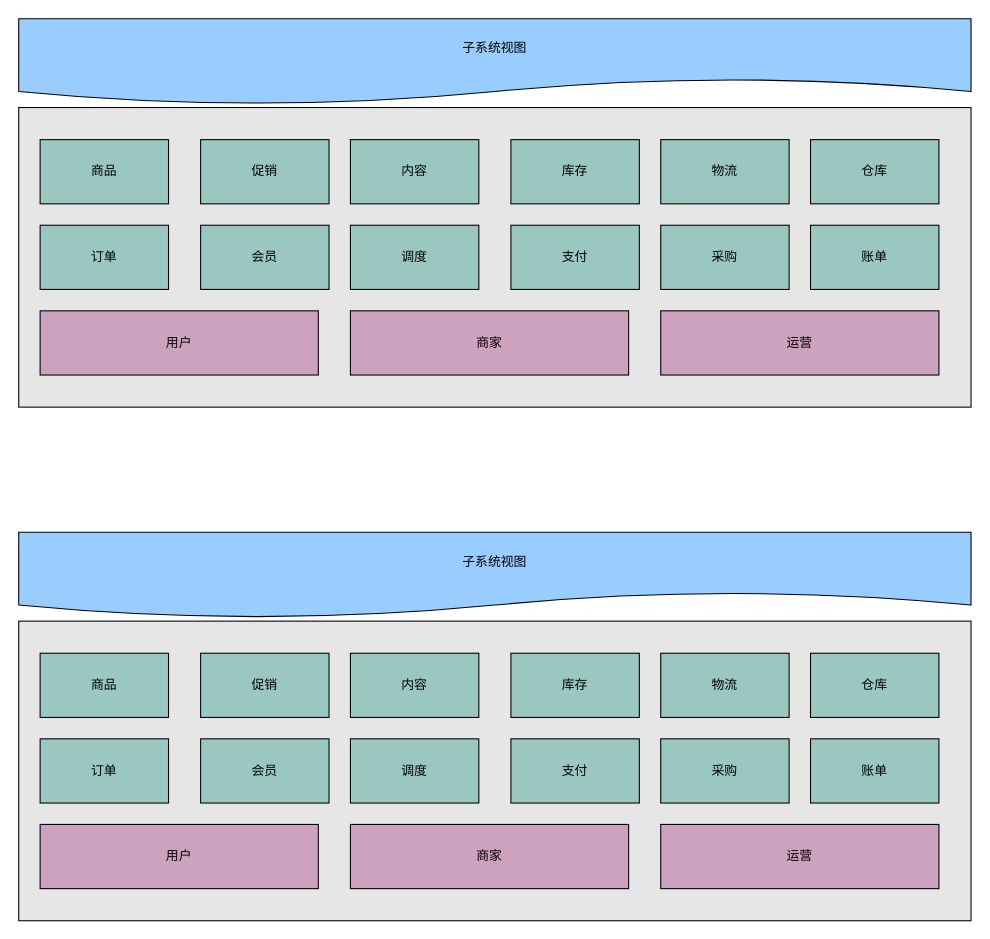
Before: page "overview" (1 of 4) of diagram/dragon.drawio in ab-doc/draw.io, a draw.io diagram. Source tidied: cells renumbered, new cells numbered last; positions are measured from the earlier drawing's top-left corner, leaving out a move shared by most shapes. Both pictures are drawn from the tidied source at 107%, with x=0, y=0 at pixel (18, 18).
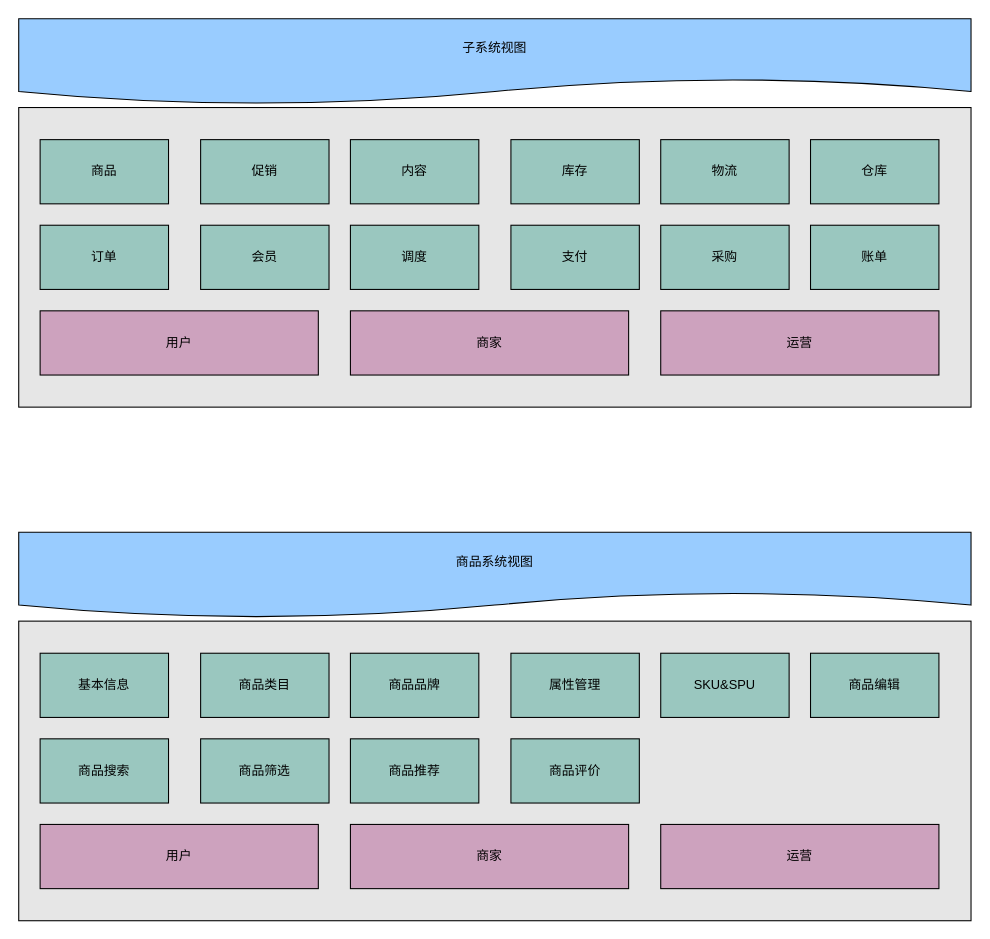
The same page after the edit.

Diff of the diagram source:
```diff
@@
-    <mxCell id="22" style="group;" parent="1" vertex="1">
-      <mxGeometry y="480" width="890" height="363" as="geometry" />
-    </mxCell>
-    <mxCell id="23" style="group;" parent="22" vertex="1">
-      <mxGeometry width="890" height="363" as="geometry" />
-    </mxCell>
-    <mxCell id="24" style="group;" parent="23" vertex="1">
-      <mxGeometry y="83" width="890" height="280" as="geometry" />
-    </mxCell>
+    <mxCell id="41" value="商品系统视图" style="shape=document;whiteSpace=wrap;html=1;boundedLbl=1;rounded=0;fillColor=#99CCFF;" parent="1" vertex="1">
+      <mxGeometry y="480" width="890" height="80" as="geometry" />
+    </mxCell>
-    <mxCell id="25" style="rounded=0;whiteSpace=wrap;html=1;fillColor=#E6E6E6;" parent="24" vertex="1">
-      <mxGeometry width="890" height="280" as="geometry" />
+    <mxCell id="25" style="rounded=0;whiteSpace=wrap;html=1;fillColor=#E6E6E6;" parent="1" vertex="1">
+      <mxGeometry y="563" width="890" height="280" as="geometry" />
     </mxCell>
-    <mxCell id="26" value="商品" style="rounded=0;whiteSpace=wrap;html=1;fillColor=#9AC7BF;" parent="24" vertex="1">
-      <mxGeometry x="20" y="30" width="120" height="60" as="geometry" />
+    <mxCell id="26" value="基本信息" style="rounded=0;whiteSpace=wrap;html=1;fillColor=#9AC7BF;" parent="1" vertex="1">
+      <mxGeometry x="20" y="593" width="120" height="60" as="geometry" />
     </mxCell>
-    <mxCell id="27" value="促销" style="rounded=0;whiteSpace=wrap;html=1;fillColor=#9AC7BF;" parent="24" vertex="1">
-      <mxGeometry x="170" y="30" width="120" height="60" as="geometry" />
+    <mxCell id="27" value="商品类目" style="rounded=0;whiteSpace=wrap;html=1;fillColor=#9AC7BF;" parent="1" vertex="1">
+      <mxGeometry x="170" y="593" width="120" height="60" as="geometry" />
     </mxCell>
-    <mxCell id="28" value="内容" style="rounded=0;whiteSpace=wrap;html=1;fillColor=#9AC7BF;" parent="24" vertex="1">
-      <mxGeometry x="310" y="30" width="120" height="60" as="geometry" />
+    <mxCell id="28" value="商品品牌" style="rounded=0;whiteSpace=wrap;html=1;fillColor=#9AC7BF;" parent="1" vertex="1">
+      <mxGeometry x="310" y="593" width="120" height="60" as="geometry" />
     </mxCell>
-    <mxCell id="29" value="库存" style="rounded=0;whiteSpace=wrap;html=1;fillColor=#9AC7BF;" parent="24" vertex="1">
-      <mxGeometry x="460" y="30" width="120" height="60" as="geometry" />
+    <mxCell id="29" value="属性管理" style="rounded=0;whiteSpace=wrap;html=1;fillColor=#9AC7BF;" parent="1" vertex="1">
+      <mxGeometry x="460" y="593" width="120" height="60" as="geometry" />
     </mxCell>
-    <mxCell id="30" value="物流" style="rounded=0;whiteSpace=wrap;html=1;fillColor=#9AC7BF;" parent="24" vertex="1">
-      <mxGeometry x="600" y="30" width="120" height="60" as="geometry" />
+    <mxCell id="30" value="SKU&amp;amp;SPU" style="rounded=0;whiteSpace=wrap;html=1;fillColor=#9AC7BF;" parent="1" vertex="1">
+      <mxGeometry x="600" y="593" width="120" height="60" as="geometry" />
     </mxCell>
-    <mxCell id="31" value="采购" style="rounded=0;whiteSpace=wrap;html=1;fillColor=#9AC7BF;" parent="24" vertex="1">
-      <mxGeometry x="600" y="110" width="120" height="60" as="geometry" />
-    </mxCell>
-    <mxCell id="32" value="仓库" style="rounded=0;whiteSpace=wrap;html=1;fillColor=#9AC7BF;" parent="24" vertex="1">
-      <mxGeometry x="740" y="30" width="120" height="60" as="geometry" />
+    <mxCell id="32" value="商品编辑" style="rounded=0;whiteSpace=wrap;html=1;fillColor=#9AC7BF;" parent="1" vertex="1">
+      <mxGeometry x="740" y="593" width="120" height="60" as="geometry" />
     </mxCell>
-    <mxCell id="33" value="订单" style="rounded=0;whiteSpace=wrap;html=1;fillColor=#9AC7BF;" parent="24" vertex="1">
-      <mxGeometry x="20" y="110" width="120" height="60" as="geometry" />
+    <mxCell id="33" value="商品搜索" style="rounded=0;whiteSpace=wrap;html=1;fillColor=#9AC7BF;" parent="1" vertex="1">
+      <mxGeometry x="20" y="673" width="120" height="60" as="geometry" />
     </mxCell>
-    <mxCell id="34" value="会员" style="rounded=0;whiteSpace=wrap;html=1;fillColor=#9AC7BF;" parent="24" vertex="1">
-      <mxGeometry x="170" y="110" width="120" height="60" as="geometry" />
+    <mxCell id="34" value="商品筛选" style="rounded=0;whiteSpace=wrap;html=1;fillColor=#9AC7BF;" parent="1" vertex="1">
+      <mxGeometry x="170" y="673" width="120" height="60" as="geometry" />
     </mxCell>
-    <mxCell id="35" value="调度" style="rounded=0;whiteSpace=wrap;html=1;fillColor=#9AC7BF;" parent="24" vertex="1">
-      <mxGeometry x="310" y="110" width="120" height="60" as="geometry" />
+    <mxCell id="35" value="商品推荐" style="rounded=0;whiteSpace=wrap;html=1;fillColor=#9AC7BF;" parent="1" vertex="1">
+      <mxGeometry x="310" y="673" width="120" height="60" as="geometry" />
     </mxCell>
-    <mxCell id="36" value="支付" style="rounded=0;whiteSpace=wrap;html=1;fillColor=#9AC7BF;" parent="24" vertex="1">
-      <mxGeometry x="460" y="110" width="120" height="60" as="geometry" />
+    <mxCell id="36" value="商品评价" style="rounded=0;whiteSpace=wrap;html=1;fillColor=#9AC7BF;" parent="1" vertex="1">
+      <mxGeometry x="460" y="673" width="120" height="60" as="geometry" />
     </mxCell>
-    <mxCell id="37" value="账单" style="rounded=0;whiteSpace=wrap;html=1;fillColor=#9AC7BF;" parent="24" vertex="1">
-      <mxGeometry x="740" y="110" width="120" height="60" as="geometry" />
-    </mxCell>
-    <mxCell id="38" value="用户" style="rounded=0;whiteSpace=wrap;html=1;fillColor=#CDA2BE;" parent="24" vertex="1">
-      <mxGeometry x="20" y="190" width="260" height="60" as="geometry" />
+    <mxCell id="38" value="用户" style="rounded=0;whiteSpace=wrap;html=1;fillColor=#CDA2BE;" parent="1" vertex="1">
+      <mxGeometry x="20" y="753" width="260" height="60" as="geometry" />
     </mxCell>
-    <mxCell id="39" value="商家" style="rounded=0;whiteSpace=wrap;html=1;fillColor=#CDA2BE;" parent="24" vertex="1">
-      <mxGeometry x="310" y="190" width="260" height="60" as="geometry" />
+    <mxCell id="39" value="商家" style="rounded=0;whiteSpace=wrap;html=1;fillColor=#CDA2BE;" parent="1" vertex="1">
+      <mxGeometry x="310" y="753" width="260" height="60" as="geometry" />
     </mxCell>
-    <mxCell id="40" value="运营" style="rounded=0;whiteSpace=wrap;html=1;fillColor=#CDA2BE;" parent="24" vertex="1">
-      <mxGeometry x="600" y="190" width="260" height="60" as="geometry" />
+    <mxCell id="40" value="运营" style="rounded=0;whiteSpace=wrap;html=1;fillColor=#CDA2BE;" parent="1" vertex="1">
+      <mxGeometry x="600" y="753" width="260" height="60" as="geometry" />
     </mxCell>
-    <mxCell id="41" value="子系统视图" style="shape=document;whiteSpace=wrap;html=1;boundedLbl=1;rounded=0;fillColor=#99CCFF;" parent="23" vertex="1">
-      <mxGeometry width="890" height="80" as="geometry" />
-    </mxCell>
```
